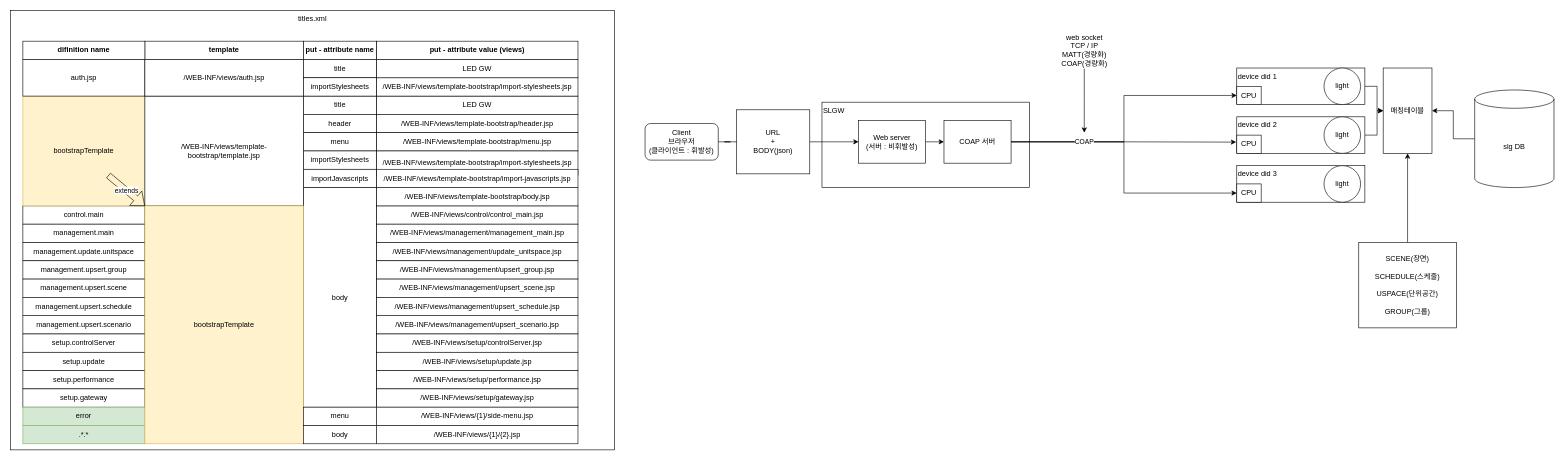
The draw.io diagram ETRI_smart_sensor.drawio in HiImYong/diagrams, before the edit. Source tidied: cells renumbered, new cells numbered last; positions are measured from the earlier drawing's top-left corner, leaving out a move shared by most shapes. Both pictures are drawn from the tidied source at 61%, with x=0, y=0 at pixel (10, 10).
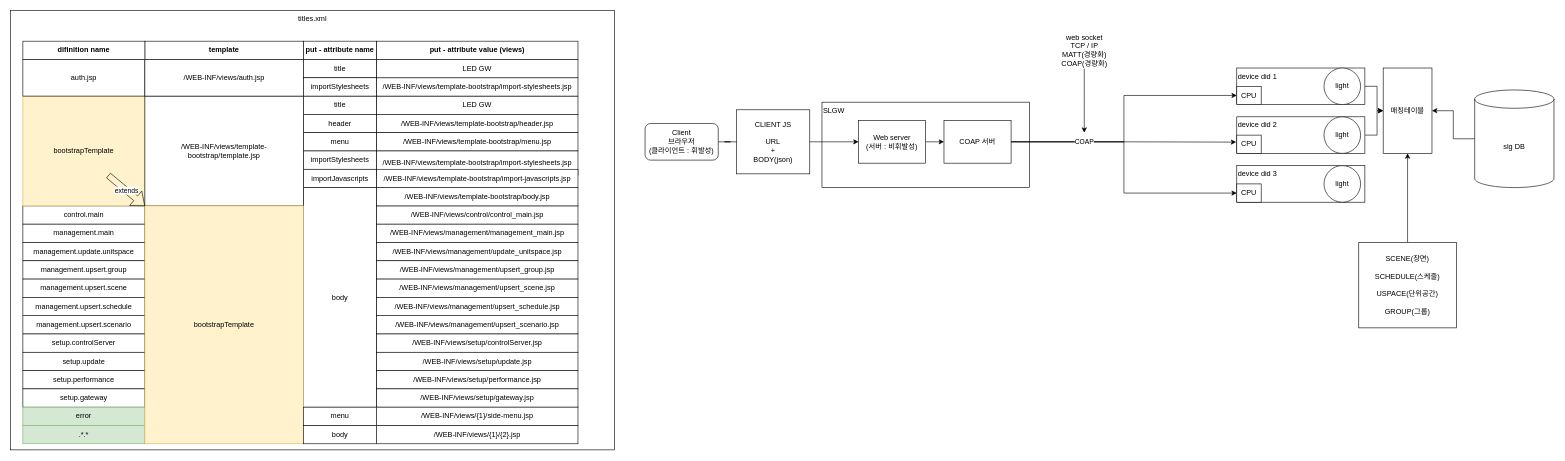
The same diagram, later.

The edit, as a diff of the source:
```diff
@@
-    <mxCell id="68" value="URL&lt;br&gt;+&lt;br&gt;BODY(json)" style="rounded=0;whiteSpace=wrap;html=1;" parent="1" vertex="1">
+    <mxCell id="68" value="CLIENT JS&lt;br&gt;&lt;br&gt;URL&lt;br&gt;+&lt;br&gt;BODY(json)" style="rounded=0;whiteSpace=wrap;html=1;" parent="1" vertex="1">
       <mxGeometry x="1190" y="162.5" width="120" height="105" as="geometry" />
     </mxCell>
```
